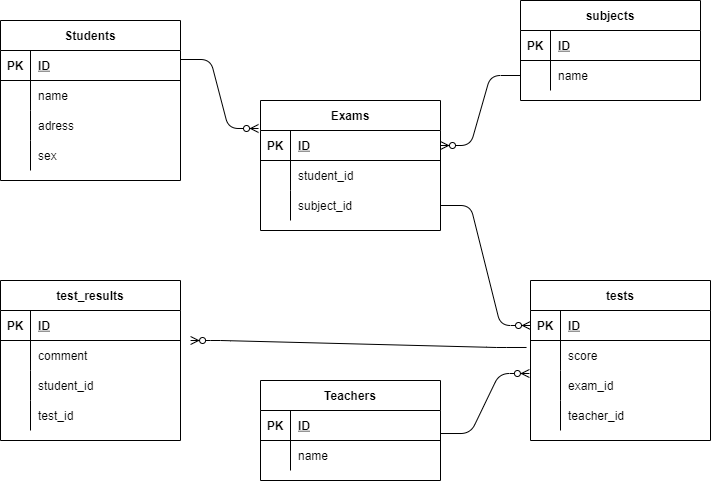
Earlier version of the draw.io export 20220301yakushido.drawio.png (yakushido/COACHTECH_Database). Source tidied: cells renumbered, new cells last; positions are measured from the earlier drawing's top-left corner, leaving out a move shared by most shapes.
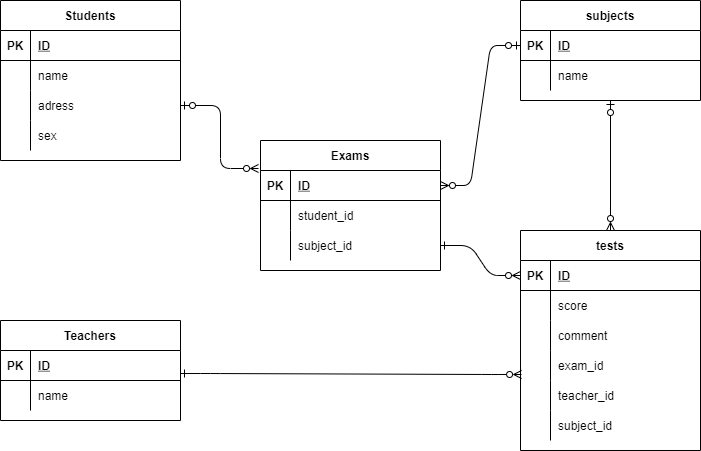
Later version of the same file.

Commit message:
カーディナリティの定義を追加、その他微調整

The edit, as a diff of the source:
```diff
@@ -42,7 +42,7 @@
       <mxGeometry x="30" width="150" height="30" as="geometry" />
     </mxCell>
     <mxCell id="15" value="Teachers" style="shape=table;startSize=30;rowLines=0;fontStyle=1;align=center;" parent="1" vertex="1">
-      <mxGeometry x="260" y="380" width="180" height="100" as="geometry" />
+      <mxGeometry y="340" width="180" height="100" as="geometry" />
     </mxCell>
     <mxCell id="16" style="shape=partialRectangle;fillColor=none;top=0;left=0;bottom=1;right=0;points=[[0,0.5],[1,0.5]];portConstraint=eastwest;" parent="15" vertex="1">
       <mxGeometry y="30" width="180" height="30" as="geometry" />
@@ -63,7 +63,7 @@
       <mxGeometry x="30" width="150" height="30" as="geometry" />
     </mxCell>
     <mxCell id="22" value="tests" style="shape=table;startSize=30;rowLines=0;fontStyle=1;align=center;" parent="1" vertex="1">
-      <mxGeometry x="530" y="280" width="180" height="160" as="geometry" />
+      <mxGeometry x="520" y="250" width="180" height="220" as="geometry" />
     </mxCell>
     <mxCell id="23" style="shape=partialRectangle;fillColor=none;top=0;left=0;bottom=1;right=0;points=[[0,0.5],[1,0.5]];portConstraint=eastwest;" parent="22" vertex="1">
       <mxGeometry y="30" width="180" height="30" as="geometry" />
@@ -89,7 +89,7 @@
     <mxCell id="30" style="shape=partialRectangle;fillColor=none;top=0;left=0;bottom=0;right=0;overflow=hidden;" parent="29" vertex="1">
       <mxGeometry width="30" height="30" as="geometry" />
     </mxCell>
-    <mxCell id="31" value="exam_id" style="shape=partialRectangle;fillColor=none;top=0;left=0;bottom=0;right=0;align=left;spacingLeft=6;overflow=hidden;" parent="29" vertex="1">
+    <mxCell id="31" value="comment" style="shape=partialRectangle;fillColor=none;top=0;left=0;bottom=0;right=0;align=left;spacingLeft=6;overflow=hidden;" parent="29" vertex="1">
       <mxGeometry x="30" width="150" height="30" as="geometry" />
     </mxCell>
     <mxCell id="32" style="shape=partialRectangle;fillColor=none;top=0;left=0;bottom=0;right=0;points=[[0,0.5],[1,0.5]];portConstraint=eastwest;" parent="22" vertex="1">
@@ -98,11 +98,29 @@
     <mxCell id="33" style="shape=partialRectangle;fillColor=none;top=0;left=0;bottom=0;right=0;overflow=hidden;" parent="32" vertex="1">
       <mxGeometry width="30" height="30" as="geometry" />
     </mxCell>
-    <mxCell id="34" value="teacher_id" style="shape=partialRectangle;fillColor=none;top=0;left=0;bottom=0;right=0;align=left;spacingLeft=6;overflow=hidden;" parent="32" vertex="1">
+    <mxCell id="34" value="exam_id" style="shape=partialRectangle;fillColor=none;top=0;left=0;bottom=0;right=0;align=left;spacingLeft=6;overflow=hidden;" parent="32" vertex="1">
       <mxGeometry x="30" width="150" height="30" as="geometry" />
     </mxCell>
+    <mxCell id="70" style="shape=partialRectangle;fillColor=none;top=0;left=0;bottom=0;right=0;" parent="22" vertex="1">
+      <mxGeometry y="150" width="180" height="30" as="geometry" />
+    </mxCell>
+    <mxCell id="71" style="shape=partialRectangle;fillColor=none;top=0;left=0;bottom=0;right=0;overflow=hidden;" parent="70" vertex="1">
+      <mxGeometry width="30" height="30" as="geometry" />
+    </mxCell>
+    <mxCell id="72" value="teacher_id" style="shape=partialRectangle;fillColor=none;top=0;left=0;bottom=0;right=0;align=left;spacingLeft=6;overflow=hidden;" parent="70" vertex="1">
+      <mxGeometry x="30" width="150" height="30" as="geometry" />
+    </mxCell>
+    <mxCell id="73" style="shape=partialRectangle;fillColor=none;top=0;left=0;bottom=0;right=0;" parent="22" vertex="1">
+      <mxGeometry y="180" width="180" height="30" as="geometry" />
+    </mxCell>
+    <mxCell id="74" style="shape=partialRectangle;fillColor=none;top=0;left=0;bottom=0;right=0;overflow=hidden;" parent="73" vertex="1">
+      <mxGeometry width="30" height="30" as="geometry" />
+    </mxCell>
+    <mxCell id="75" value="subject_id" style="shape=partialRectangle;fillColor=none;top=0;left=0;bottom=0;right=0;align=left;spacingLeft=6;overflow=hidden;" parent="73" vertex="1">
+      <mxGeometry x="30" width="150" height="30" as="geometry" />
+    </mxCell>
     <mxCell id="35" value="Exams" style="shape=table;startSize=30;rowLines=0;fontStyle=1;align=center;" parent="1" vertex="1">
-      <mxGeometry x="260" y="100" width="180" height="130" as="geometry" />
+      <mxGeometry x="260" y="160" width="180" height="130" as="geometry" />
     </mxCell>
     <mxCell id="36" style="shape=partialRectangle;fillColor=none;top=0;left=0;bottom=1;right=0;points=[[0,0.5],[1,0.5]];portConstraint=eastwest;" parent="35" vertex="1">
       <mxGeometry y="30" width="180" height="30" as="geometry" />
@@ -131,17 +149,17 @@
     <mxCell id="44" value="subject_id" style="shape=partialRectangle;fillColor=none;top=0;left=0;bottom=0;right=0;align=left;spacingLeft=6;overflow=hidden;" parent="42" vertex="1">
       <mxGeometry x="30" width="150" height="30" as="geometry" />
     </mxCell>
-    <mxCell id="45" style="edgeStyle=entityRelationEdgeStyle;fontSize=12;html=1;endArrow=ERzeroToMany;endFill=1;exitX=1;exitY=0.3;exitDx=0;exitDy=0;entryX=-0.011;entryY=-0.067;entryDx=0;entryDy=0;exitPerimeter=0;entryPerimeter=0;" parent="1" edge="1" source="3" target="36">
+    <mxCell id="45" style="fontSize=12;html=1;endArrow=ERzeroToMany;endFill=0;exitX=1;exitY=0.5;exitDx=0;exitDy=0;entryX=-0.011;entryY=-0.067;entryDx=0;entryDy=0;entryPerimeter=0;edgeStyle=orthogonalEdgeStyle;startArrow=ERzeroToOne;startFill=0;" parent="1" edge="1" source="9" target="36">
       <mxGeometry relative="1" as="geometry" />
     </mxCell>
-    <mxCell id="46" style="edgeStyle=entityRelationEdgeStyle;fontSize=12;html=1;endArrow=ERzeroToMany;endFill=1;exitX=1;exitY=0.767;exitDx=0;exitDy=0;entryX=-0.006;entryY=0.1;entryDx=0;entryDy=0;entryPerimeter=0;exitPerimeter=0;" parent="1" edge="1" source="16" target="29">
+    <mxCell id="46" style="edgeStyle=entityRelationEdgeStyle;fontSize=12;html=1;endArrow=ERzeroToMany;endFill=0;exitX=1;exitY=0.767;exitDx=0;exitDy=0;exitPerimeter=0;startArrow=ERone;startFill=0;entryX=0.006;entryY=0.8;entryDx=0;entryDy=0;entryPerimeter=0;" parent="1" edge="1" source="16" target="32">
       <mxGeometry relative="1" as="geometry" />
     </mxCell>
-    <mxCell id="47" style="edgeStyle=entityRelationEdgeStyle;fontSize=12;html=1;endArrow=ERzeroToMany;endFill=1;exitX=1;exitY=0.5;exitDx=0;exitDy=0;entryX=0;entryY=0.5;entryDx=0;entryDy=0;" parent="1" edge="1" source="42" target="23">
+    <mxCell id="47" style="edgeStyle=entityRelationEdgeStyle;fontSize=12;html=1;endArrow=ERzeroToMany;endFill=0;exitX=1;exitY=0.5;exitDx=0;exitDy=0;entryX=0;entryY=0.5;entryDx=0;entryDy=0;startArrow=ERone;startFill=0;" parent="1" edge="1" source="42" target="23">
       <mxGeometry relative="1" as="geometry" />
     </mxCell>
     <mxCell id="48" value="subjects" style="shape=table;startSize=30;rowLines=0;fontStyle=1;align=center;" parent="1" vertex="1">
-      <mxGeometry x="520" width="180" height="100" as="geometry" />
+      <mxGeometry x="520" y="20" width="180" height="100" as="geometry" />
     </mxCell>
     <mxCell id="49" style="shape=partialRectangle;fillColor=none;top=0;left=0;bottom=1;right=0;points=[[0,0.5],[1,0.5]];portConstraint=eastwest;" parent="48" vertex="1">
       <mxGeometry y="30" width="180" height="30" as="geometry" />
@@ -161,50 +179,11 @@
     <mxCell id="54" value="name" style="shape=partialRectangle;fillColor=none;top=0;left=0;bottom=0;right=0;align=left;spacingLeft=6;overflow=hidden;" parent="52" vertex="1">
       <mxGeometry x="30" width="150" height="30" as="geometry" />
     </mxCell>
-    <mxCell id="55" style="edgeStyle=entityRelationEdgeStyle;fontSize=12;html=1;endArrow=ERzeroToMany;endFill=1;exitX=0;exitY=0.5;exitDx=0;exitDy=0;entryX=1;entryY=0.5;entryDx=0;entryDy=0;" parent="1" edge="1" source="52" target="36">
+    <mxCell id="55" style="fontSize=12;html=1;endArrow=ERzeroToMany;endFill=0;exitX=0.5;exitY=1;exitDx=0;exitDy=0;entryX=0.5;entryY=0;entryDx=0;entryDy=0;startArrow=ERzeroToOne;startFill=0;" parent="1" edge="1" source="48" target="22">
       <mxGeometry relative="1" as="geometry" />
     </mxCell>
-    <mxCell id="56" value="test_results" style="shape=table;startSize=30;rowLines=0;fontStyle=1;align=center;" parent="1" vertex="1">
-      <mxGeometry y="280" width="180" height="160" as="geometry" />
-    </mxCell>
-    <mxCell id="57" style="shape=partialRectangle;fillColor=none;top=0;left=0;bottom=1;right=0;" parent="56" vertex="1">
-      <mxGeometry y="30" width="180" height="30" as="geometry" />
-    </mxCell>
-    <mxCell id="58" value="PK" style="shape=partialRectangle;fillColor=none;top=0;left=0;bottom=0;right=0;fontStyle=1;overflow=hidden;" parent="57" vertex="1">
-      <mxGeometry width="30" height="30" as="geometry" />
-    </mxCell>
-    <mxCell id="59" value="ID" style="shape=partialRectangle;fillColor=none;top=0;left=0;bottom=0;right=0;align=left;spacingLeft=6;fontStyle=5;overflow=hidden;" parent="57" vertex="1">
-      <mxGeometry x="30" width="150" height="30" as="geometry" />
-    </mxCell>
-    <mxCell id="60" style="shape=partialRectangle;fillColor=none;top=0;left=0;bottom=0;right=0;points=[[0,0.5],[1,0.5]];portConstraint=eastwest;" parent="56" vertex="1">
-      <mxGeometry y="60" width="180" height="30" as="geometry" />
-    </mxCell>
-    <mxCell id="61" style="shape=partialRectangle;fillColor=none;top=0;left=0;bottom=0;right=0;overflow=hidden;" parent="60" vertex="1">
-      <mxGeometry width="30" height="30" as="geometry" />
-    </mxCell>
-    <mxCell id="62" value="comment" style="shape=partialRectangle;fillColor=none;top=0;left=0;bottom=0;right=0;align=left;spacingLeft=6;overflow=hidden;" parent="60" vertex="1">
-      <mxGeometry x="30" width="150" height="30" as="geometry" />
-    </mxCell>
-    <mxCell id="63" style="shape=partialRectangle;fillColor=none;top=0;left=0;bottom=0;right=0;" parent="56" vertex="1">
-      <mxGeometry y="90" width="180" height="30" as="geometry" />
-    </mxCell>
-    <mxCell id="64" style="shape=partialRectangle;fillColor=none;top=0;left=0;bottom=0;right=0;overflow=hidden;" parent="63" vertex="1">
-      <mxGeometry width="30" height="30" as="geometry" />
-    </mxCell>
-    <mxCell id="65" value="student_id" style="shape=partialRectangle;fillColor=none;top=0;left=0;bottom=0;right=0;align=left;spacingLeft=6;overflow=hidden;" parent="63" vertex="1">
-      <mxGeometry x="30" width="150" height="30" as="geometry" />
-    </mxCell>
-    <mxCell id="66" style="shape=partialRectangle;fillColor=none;top=0;left=0;bottom=0;right=0;" parent="56" vertex="1">
-      <mxGeometry y="120" width="180" height="30" as="geometry" />
-    </mxCell>
-    <mxCell id="67" style="shape=partialRectangle;fillColor=none;top=0;left=0;bottom=0;right=0;overflow=hidden;" parent="66" vertex="1">
-      <mxGeometry width="30" height="30" as="geometry" />
-    </mxCell>
-    <mxCell id="68" value="test_id" style="shape=partialRectangle;fillColor=none;top=0;left=0;bottom=0;right=0;align=left;spacingLeft=6;overflow=hidden;" parent="66" vertex="1">
-      <mxGeometry x="30" width="150" height="30" as="geometry" />
-    </mxCell>
-    <mxCell id="69" style="edgeStyle=entityRelationEdgeStyle;fontSize=12;html=1;endArrow=ERzeroToMany;endFill=1;entryX=1.056;entryY=0;entryDx=0;entryDy=0;exitX=-0.022;exitY=0.233;exitDx=0;exitDy=0;exitPerimeter=0;entryPerimeter=0;" parent="1" edge="1" source="26" target="60">
-      <mxGeometry relative="1" as="geometry" />
-    </mxCell>
+    <mxCell id="76" style="edgeStyle=entityRelationEdgeStyle;fontSize=12;html=1;endArrow=ERzeroToOne;endFill=0;exitX=1;exitY=0.5;exitDx=0;exitDy=0;entryX=0;entryY=0.5;entryDx=0;entryDy=0;startArrow=ERzeroToMany;startFill=0;" parent="1" edge="1" source="36" target="49">
+      <mxGeometry relative="1" as="geometry" />
+    </mxCell>
   </root>
 </mxGraphModel>
```
